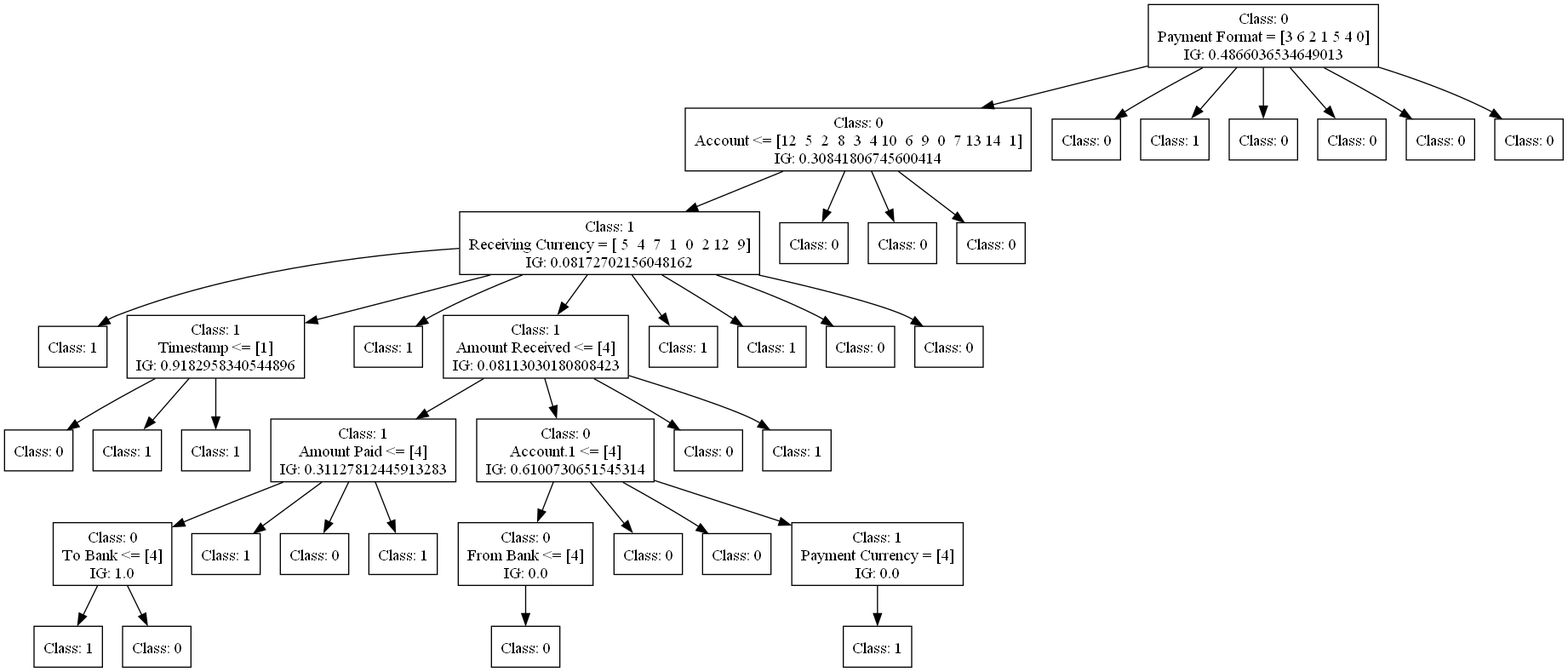
FedericoBruzzone/anti-money-laundering keeps this Graphviz diagram as dot_figs/tree-id3-undersampling-4.png. Above is the earlier version. Its source is kept beside it as dot_figs/tree-id3-undersampling-4.dot. Source of this version:
```dot
digraph DecisionTree {
	rankdir=TD;
	node [shape=box];
	2336868472752 [label="Class: 0
Payment Format = [3 6 2 1 5 4 0]
IG: 0.4866036534649013"];
	2338458466912 [label="Class: 0
Account <= [12  5  2  8  3  4 10  6  9  0  7 13 14  1]
IG: 0.30841806745600414"];
	2336868472752 -> 2338458466912;
	2337536747280 [label="Class: 1
Receiving Currency = [ 5  4  7  1  0  2 12  9]
IG: 0.08172702156048162"];
	2338458466912 -> 2337536747280;
	2337506084272 [label="Class: 1
"];
	2337536747280 -> 2337506084272;
	2337506092528 [label="Class: 1
Timestamp <= [1]
IG: 0.9182958340544896"];
	2337536747280 -> 2337506092528;
	2337506096992 [label="Class: 0
"];
	2337506092528 -> 2337506096992;
	2337506092768 [label="Class: 1
"];
	2337506092528 -> 2337506092768;
	2337506093200 [label="Class: 1
"];
	2337506092528 -> 2337506093200;
	2337506091856 [label="Class: 1
"];
	2337536747280 -> 2337506091856;
	2337506090560 [label="Class: 1
Amount Received <= [4]
IG: 0.08113030180808423"];
	2337536747280 -> 2337506090560;
	2337506090704 [label="Class: 1
Amount Paid <= [4]
IG: 0.31127812445913283"];
	2337506090560 -> 2337506090704;
	2336869717648 [label="Class: 0
To Bank <= [4]
IG: 1.0"];
	2337506090704 -> 2336869717648;
	2336869723456 [label="Class: 1
"];
	2336869717648 -> 2336869723456;
	2336869722544 [label="Class: 0
"];
	2336869717648 -> 2336869722544;
	2336869720720 [label="Class: 1
"];
	2337506090704 -> 2336869720720;
	2336869716640 [label="Class: 0
"];
	2337506090704 -> 2336869716640;
	2336869721392 [label="Class: 1
"];
	2337506090704 -> 2336869721392;
	2337506096512 [label="Class: 0
Account.1 <= [4]
IG: 0.6100730651545314"];
	2337506090560 -> 2337506096512;
	2336869724032 [label="Class: 0
From Bank <= [4]
IG: 0.0"];
	2337506096512 -> 2336869724032;
	2336869725760 [label="Class: 0
"];
	2336869724032 -> 2336869725760;
	2336869727536 [label="Class: 0
"];
	2337506096512 -> 2336869727536;
	2336869725664 [label="Class: 0
"];
	2337506096512 -> 2336869725664;
	2336869727200 [label="Class: 1
Payment Currency = [4]
IG: 0.0"];
	2337506096512 -> 2336869727200;
	2336869724320 [label="Class: 1
"];
	2336869727200 -> 2336869724320;
	2337506097904 [label="Class: 0
"];
	2337506090560 -> 2337506097904;
	2337506084656 [label="Class: 1
"];
	2337506090560 -> 2337506084656;
	2337506091664 [label="Class: 1
"];
	2337536747280 -> 2337506091664;
	2337506089888 [label="Class: 1
"];
	2337536747280 -> 2337506089888;
	2337506092672 [label="Class: 0
"];
	2337536747280 -> 2337506092672;
	2337506091136 [label="Class: 0
"];
	2337536747280 -> 2337506091136;
	2337536753376 [label="Class: 0
"];
	2338458466912 -> 2337536753376;
	2337536749488 [label="Class: 0
"];
	2338458466912 -> 2337536749488;
	2337536749392 [label="Class: 0
"];
	2338458466912 -> 2337536749392;
	2336580366832 [label="Class: 0
"];
	2336868472752 -> 2336580366832;
	2336580367024 [label="Class: 1
"];
	2336868472752 -> 2336580367024;
	2336580358864 [label="Class: 0
"];
	2336868472752 -> 2336580358864;
	2338458825104 [label="Class: 0
"];
	2336868472752 -> 2338458825104;
	2338458818096 [label="Class: 0
"];
	2336868472752 -> 2338458818096;
	2338458826832 [label="Class: 0
"];
	2336868472752 -> 2338458826832;
}
```
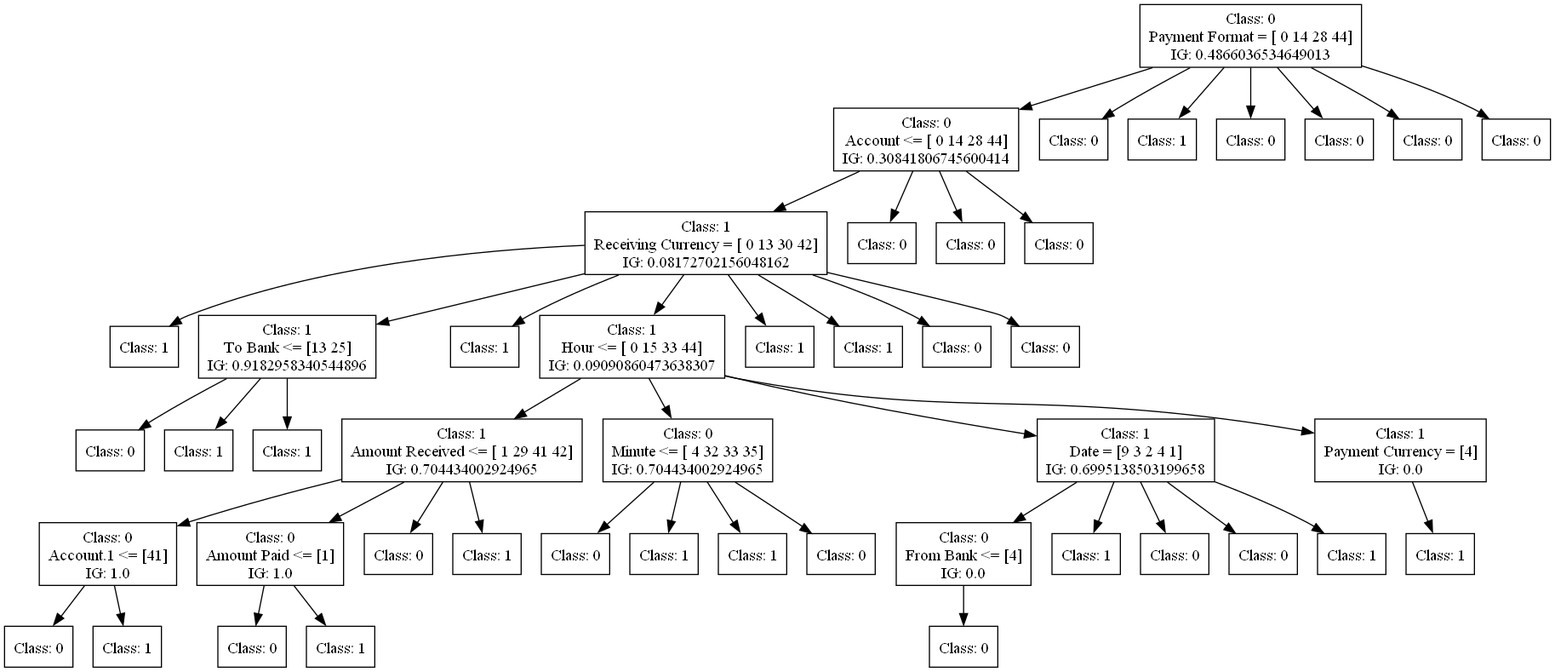
The same file after the commit.

Change to the diagram source:
```diff
@@ -1,130 +1,153 @@
 digraph DecisionTree {
 	rankdir=TD;
 	node [shape=box];
-	2336868472752 [label="Class: 0
-Payment Format = [3 6 2 1 5 4 0]
+	1901316561632 [label="Class: 0
+Payment Format = [ 0 14 28 44]
 IG: 0.4866036534649013"];
-	2338458466912 [label="Class: 0
-Account <= [12  5  2  8  3  4 10  6  9  0  7 13 14  1]
+	1901687492608 [label="Class: 0
+Account <= [ 0 14 28 44]
 IG: 0.30841806745600414"];
-	2336868472752 -> 2338458466912;
-	2337536747280 [label="Class: 1
-Receiving Currency = [ 5  4  7  1  0  2 12  9]
+	1901316561632 -> 1901687492608;
+	1901687496928 [label="Class: 1
+Receiving Currency = [ 0 13 30 42]
 IG: 0.08172702156048162"];
-	2338458466912 -> 2337536747280;
-	2337506084272 [label="Class: 1
+	1901687492608 -> 1901687496928;
+	1901687489776 [label="Class: 1
 "];
-	2337536747280 -> 2337506084272;
-	2337506092528 [label="Class: 1
-Timestamp <= [1]
+	1901687496928 -> 1901687489776;
+	1901687497216 [label="Class: 1
+To Bank <= [13 25]
 IG: 0.9182958340544896"];
-	2337536747280 -> 2337506092528;
-	2337506096992 [label="Class: 0
+	1901687496928 -> 1901687497216;
+	1901687497984 [label="Class: 0
 "];
-	2337506092528 -> 2337506096992;
-	2337506092768 [label="Class: 1
+	1901687497216 -> 1901687497984;
+	1901687498176 [label="Class: 1
 "];
-	2337506092528 -> 2337506092768;
-	2337506093200 [label="Class: 1
+	1901687497216 -> 1901687498176;
+	1901687490352 [label="Class: 1
 "];
-	2337506092528 -> 2337506093200;
-	2337506091856 [label="Class: 1
+	1901687497216 -> 1901687490352;
+	1901687490880 [label="Class: 1
 "];
-	2337536747280 -> 2337506091856;
-	2337506090560 [label="Class: 1
-Amount Received <= [4]
-IG: 0.08113030180808423"];
-	2337536747280 -> 2337506090560;
-	2337506090704 [label="Class: 1
-Amount Paid <= [4]
-IG: 0.31127812445913283"];
-	2337506090560 -> 2337506090704;
-	2336869717648 [label="Class: 0
-To Bank <= [4]
+	1901687496928 -> 1901687490880;
+	1901687492704 [label="Class: 1
+Hour <= [ 0 15 33 44]
+IG: 0.09090860473638307"];
+	1901687496928 -> 1901687492704;
+	1901687499040 [label="Class: 1
+Amount Received <= [ 1 29 41 42]
+IG: 0.704434002924965"];
+	1901687492704 -> 1901687499040;
+	1901687499856 [label="Class: 0
+Account.1 <= [41]
 IG: 1.0"];
-	2337506090704 -> 2336869717648;
-	2336869723456 [label="Class: 1
+	1901687499040 -> 1901687499856;
+	1901687500192 [label="Class: 0
 "];
-	2336869717648 -> 2336869723456;
-	2336869722544 [label="Class: 0
+	1901687499856 -> 1901687500192;
+	1901687500624 [label="Class: 1
 "];
-	2336869717648 -> 2336869722544;
-	2336869720720 [label="Class: 1
+	1901687499856 -> 1901687500624;
+	1901687499280 [label="Class: 0
+Amount Paid <= [1]
+IG: 1.0"];
+	1901687499040 -> 1901687499280;
+	1901687500912 [label="Class: 0
 "];
-	2337506090704 -> 2336869720720;
-	2336869716640 [label="Class: 0
+	1901687499280 -> 1901687500912;
+	1901687501344 [label="Class: 1
 "];
-	2337506090704 -> 2336869716640;
-	2336869721392 [label="Class: 1
+	1901687499280 -> 1901687501344;
+	1901687495584 [label="Class: 0
 "];
-	2337506090704 -> 2336869721392;
-	2337506096512 [label="Class: 0
-Account.1 <= [4]
-IG: 0.6100730651545314"];
-	2337506090560 -> 2337506096512;
-	2336869724032 [label="Class: 0
+	1901687499040 -> 1901687495584;
+	1901687488768 [label="Class: 1
+"];
+	1901687499040 -> 1901687488768;
+	1901687498464 [label="Class: 0
+Minute <= [ 4 32 33 35]
+IG: 0.704434002924965"];
+	1901687492704 -> 1901687498464;
+	1901687502112 [label="Class: 0
+"];
+	1901687498464 -> 1901687502112;
+	1901687501536 [label="Class: 1
+"];
+	1901687498464 -> 1901687501536;
+	1901687500816 [label="Class: 1
+"];
+	1901687498464 -> 1901687500816;
+	1901687497744 [label="Class: 0
+"];
+	1901687498464 -> 1901687497744;
+	1901687497456 [label="Class: 1
+Date = [9 3 2 4 1]
+IG: 0.6995138503199658"];
+	1901687492704 -> 1901687497456;
+	1901687502256 [label="Class: 0
 From Bank <= [4]
 IG: 0.0"];
-	2337506096512 -> 2336869724032;
-	2336869725760 [label="Class: 0
+	1901687497456 -> 1901687502256;
+	1901687502736 [label="Class: 0
 "];
-	2336869724032 -> 2336869725760;
-	2336869727536 [label="Class: 0
+	1901687502256 -> 1901687502736;
+	1901687501440 [label="Class: 1
 "];
-	2337506096512 -> 2336869727536;
-	2336869725664 [label="Class: 0
+	1901687497456 -> 1901687501440;
+	1901687490064 [label="Class: 0
 "];
-	2337506096512 -> 2336869725664;
-	2336869727200 [label="Class: 1
+	1901687497456 -> 1901687490064;
+	1901687498752 [label="Class: 0
+"];
+	1901687497456 -> 1901687498752;
+	1901687501296 [label="Class: 1
+"];
+	1901687497456 -> 1901687501296;
+	1901687489248 [label="Class: 1
 Payment Currency = [4]
 IG: 0.0"];
-	2337506096512 -> 2336869727200;
-	2336869724320 [label="Class: 1
+	1901687492704 -> 1901687489248;
+	1901687493424 [label="Class: 1
 "];
-	2336869727200 -> 2336869724320;
-	2337506097904 [label="Class: 0
+	1901687489248 -> 1901687493424;
+	1901687496016 [label="Class: 1
 "];
-	2337506090560 -> 2337506097904;
-	2337506084656 [label="Class: 1
+	1901687496928 -> 1901687496016;
+	1901687489536 [label="Class: 1
 "];
-	2337506090560 -> 2337506084656;
-	2337506091664 [label="Class: 1
+	1901687496928 -> 1901687489536;
+	1901687493376 [label="Class: 0
 "];
-	2337536747280 -> 2337506091664;
-	2337506089888 [label="Class: 1
+	1901687496928 -> 1901687493376;
+	1901687496112 [label="Class: 0
 "];
-	2337536747280 -> 2337506089888;
-	2337506092672 [label="Class: 0
+	1901687496928 -> 1901687496112;
+	1901687491888 [label="Class: 0
 "];
-	2337536747280 -> 2337506092672;
-	2337506091136 [label="Class: 0
+	1901687492608 -> 1901687491888;
+	1901687495488 [label="Class: 0
 "];
-	2337536747280 -> 2337506091136;
-	2337536753376 [label="Class: 0
+	1901687492608 -> 1901687495488;
+	1901687489872 [label="Class: 0
 "];
-	2338458466912 -> 2337536753376;
-	2337536749488 [label="Class: 0
+	1901687492608 -> 1901687489872;
+	1901687490640 [label="Class: 0
 "];
-	2338458466912 -> 2337536749488;
-	2337536749392 [label="Class: 0
+	1901316561632 -> 1901687490640;
+	1901687491216 [label="Class: 1
 "];
-	2338458466912 -> 2337536749392;
-	2336580366832 [label="Class: 0
+	1901316561632 -> 1901687491216;
+	1901687493664 [label="Class: 0
 "];
-	2336868472752 -> 2336580366832;
-	2336580367024 [label="Class: 1
+	1901316561632 -> 1901687493664;
+	1901687493184 [label="Class: 0
 "];
-	2336868472752 -> 2336580367024;
-	2336580358864 [label="Class: 0
+	1901316561632 -> 1901687493184;
+	1901687489056 [label="Class: 0
 "];
-	2336868472752 -> 2336580358864;
-	2338458825104 [label="Class: 0
+	1901316561632 -> 1901687489056;
+	1901687495920 [label="Class: 0
 "];
-	2336868472752 -> 2338458825104;
-	2338458818096 [label="Class: 0
-"];
-	2336868472752 -> 2338458818096;
-	2338458826832 [label="Class: 0
-"];
-	2336868472752 -> 2338458826832;
+	1901316561632 -> 1901687495920;
 }
```
